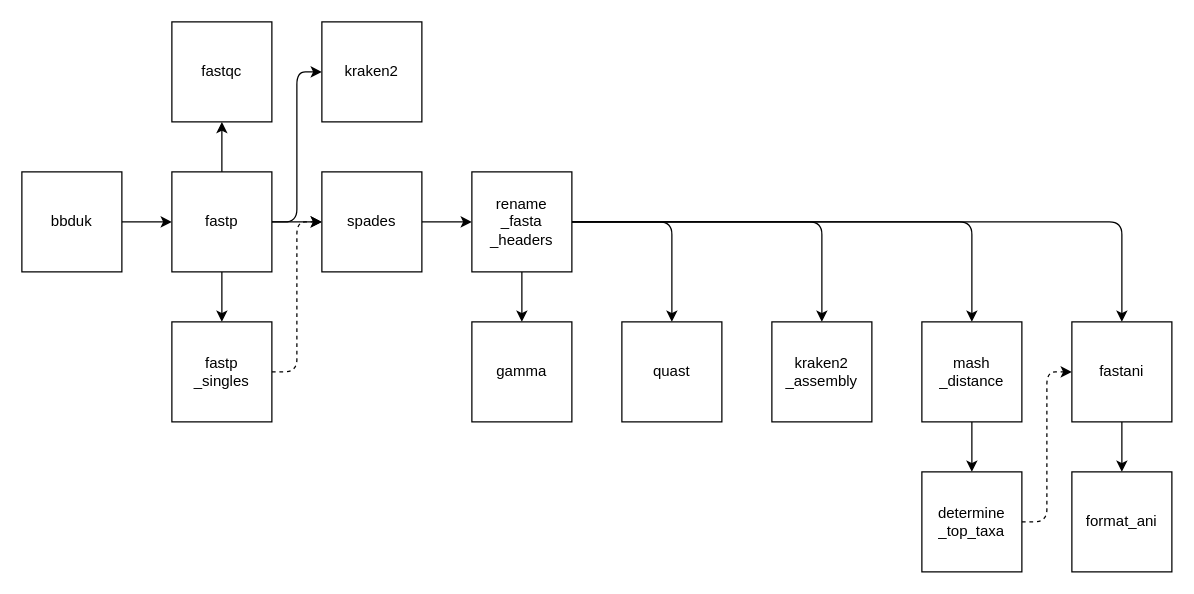
The draw.io diagram pipeline.drawio in tanzim-rahman/wgs-pipeline, before the edit. Source tidied: cells renumbered, new cells numbered last; positions are measured from the earlier drawing's top-left corner, leaving out a move shared by most shapes. Both pictures are drawn from the tidied source at 125%, with x=0, y=0 at pixel (21, 21).
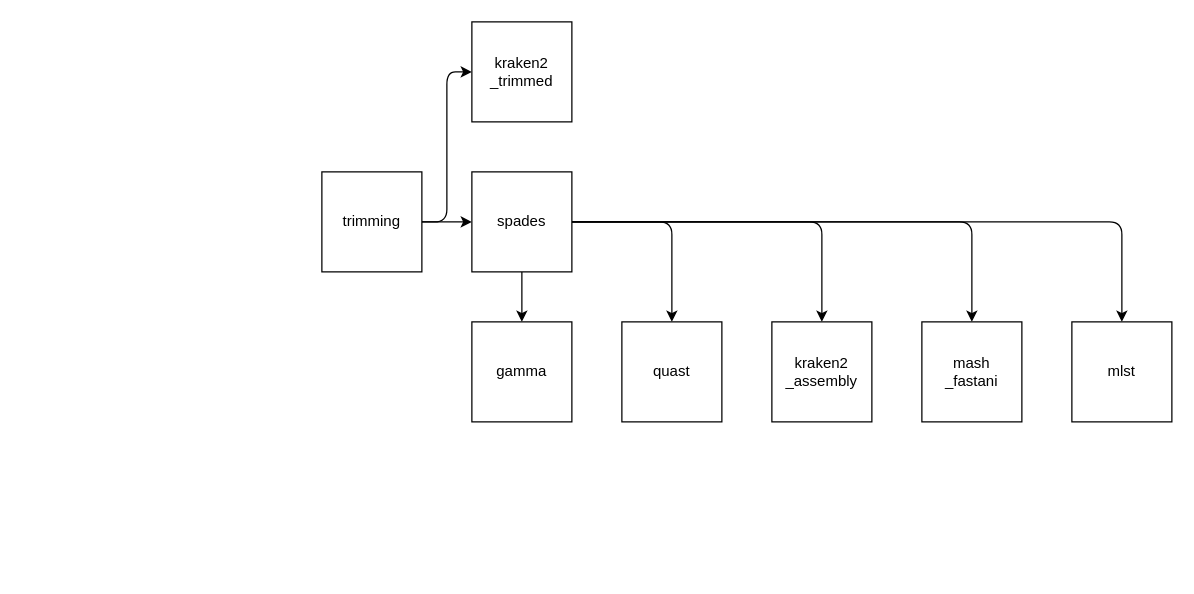
Above is the later version.

Commit message (it also covers changes not shown here):
completed mlst

Change to the diagram source:
```diff
@@
-    <mxCell id="2" style="edgeStyle=none;html=1;" parent="1" edge="1" source="3" target="8">
-      <mxGeometry relative="1" as="geometry" />
-    </mxCell>
-    <mxCell id="3" value="bbduk" style="whiteSpace=wrap;html=1;" parent="1" vertex="1">
-      <mxGeometry y="120" width="80" height="80" as="geometry" />
-    </mxCell>
-    <mxCell id="4" style="edgeStyle=none;html=1;" parent="1" edge="1" source="8" target="10">
-      <mxGeometry relative="1" as="geometry" />
-    </mxCell>
-    <mxCell id="5" style="edgeStyle=none;html=1;" parent="1" edge="1" source="8" target="11">
-      <mxGeometry relative="1" as="geometry" />
-    </mxCell>
-    <mxCell id="6" style="edgeStyle=none;html=1;" parent="1" edge="1" source="8" target="14">
-      <mxGeometry relative="1" as="geometry" />
-    </mxCell>
     <mxCell id="7" style="edgeStyle=none;html=1;entryX=0;entryY=0.5;entryDx=0;entryDy=0;" parent="1" edge="1" source="8" target="12">
       <mxGeometry relative="1" as="geometry">
         <Array as="points">
-          <mxPoint x="220" y="160" />
-          <mxPoint x="220" y="40" />
+          <mxPoint x="340" y="160" />
+          <mxPoint x="340" y="40" />
         </Array>
       </mxGeometry>
     </mxCell>
+    <mxCell id="31" style="edgeStyle=none;html=1;" parent="1" edge="1" source="8" target="22">
+      <mxGeometry relative="1" as="geometry" />
+    </mxCell>
-    <mxCell id="8" value="fastp" style="whiteSpace=wrap;html=1;" parent="1" vertex="1">
-      <mxGeometry x="120" y="120" width="80" height="80" as="geometry" />
+    <mxCell id="8" value="trimming" style="whiteSpace=wrap;html=1;" parent="1" vertex="1">
+      <mxGeometry x="240" y="120" width="80" height="80" as="geometry" />
     </mxCell>
-    <mxCell id="9" style="edgeStyle=none;html=1;entryX=0;entryY=0.5;entryDx=0;entryDy=0;dashed=1;" parent="1" edge="1" source="10" target="14">
-      <mxGeometry relative="1" as="geometry">
-        <Array as="points">
-          <mxPoint x="220" y="280" />
-          <mxPoint x="220" y="160" />
-        </Array>
-      </mxGeometry>
-    </mxCell>
-    <mxCell id="10" value="fastp&lt;br&gt;_singles" style="whiteSpace=wrap;html=1;" parent="1" vertex="1">
-      <mxGeometry x="120" y="240" width="80" height="80" as="geometry" />
-    </mxCell>
-    <mxCell id="11" value="fastqc" style="whiteSpace=wrap;html=1;" parent="1" vertex="1">
-      <mxGeometry x="120" width="80" height="80" as="geometry" />
-    </mxCell>
-    <mxCell id="12" value="kraken2" style="whiteSpace=wrap;html=1;" parent="1" vertex="1">
-      <mxGeometry x="240" width="80" height="80" as="geometry" />
+    <mxCell id="12" value="kraken2&lt;br&gt;_trimmed" style="whiteSpace=wrap;html=1;" parent="1" vertex="1">
+      <mxGeometry x="360" width="80" height="80" as="geometry" />
     </mxCell>
-    <mxCell id="13" style="edgeStyle=none;html=1;" parent="1" edge="1" source="14" target="22">
-      <mxGeometry relative="1" as="geometry" />
-    </mxCell>
-    <mxCell id="14" value="spades" style="whiteSpace=wrap;html=1;" parent="1" vertex="1">
-      <mxGeometry x="240" y="120" width="80" height="80" as="geometry" />
-    </mxCell>
@@
-    <mxCell id="21" style="edgeStyle=none;html=1;entryX=0.5;entryY=0;entryDx=0;entryDy=0;" parent="1" edge="1" source="22" target="29">
-      <mxGeometry relative="1" as="geometry">
-        <Array as="points">
-          <mxPoint x="880" y="160" />
-        </Array>
-      </mxGeometry>
-    </mxCell>
+    <mxCell id="32" style="edgeStyle=none;html=1;entryX=0.5;entryY=0;entryDx=0;entryDy=0;" parent="1" edge="1" source="22" target="33">
+      <mxGeometry relative="1" as="geometry">
+        <Array as="points">
+          <mxPoint x="880" y="160" />
+        </Array>
+      </mxGeometry>
+    </mxCell>
-    <mxCell id="22" value="rename&lt;br&gt;_fasta&lt;br&gt;_headers" style="whiteSpace=wrap;html=1;" parent="1" vertex="1">
+    <mxCell id="22" value="spades" style="whiteSpace=wrap;html=1;" parent="1" vertex="1">
       <mxGeometry x="360" y="120" width="80" height="80" as="geometry" />
     </mxCell>
@@
-    <mxCell id="24" style="edgeStyle=none;html=1;" parent="1" edge="1" source="25" target="27">
-      <mxGeometry relative="1" as="geometry" />
-    </mxCell>
-    <mxCell id="25" value="mash&lt;br&gt;_distance" style="whiteSpace=wrap;html=1;" parent="1" vertex="1">
+    <mxCell id="25" value="mash&lt;br&gt;_fastani" style="whiteSpace=wrap;html=1;" parent="1" vertex="1">
       <mxGeometry x="720" y="240" width="80" height="80" as="geometry" />
     </mxCell>
-    <mxCell id="26" style="edgeStyle=none;html=1;entryX=0;entryY=0.5;entryDx=0;entryDy=0;dashed=1;" parent="1" edge="1" source="27" target="29">
-      <mxGeometry relative="1" as="geometry">
-        <Array as="points">
-          <mxPoint x="820" y="400" />
-          <mxPoint x="820" y="280" />
-        </Array>
-      </mxGeometry>
-    </mxCell>
-    <mxCell id="27" value="determine&lt;br&gt;_top_taxa" style="whiteSpace=wrap;html=1;" parent="1" vertex="1">
-      <mxGeometry x="720" y="360" width="80" height="80" as="geometry" />
-    </mxCell>
-    <mxCell id="28" style="edgeStyle=none;html=1;" parent="1" edge="1" source="29" target="30">
-      <mxGeometry relative="1" as="geometry" />
-    </mxCell>
-    <mxCell id="29" value="fastani" style="whiteSpace=wrap;html=1;" parent="1" vertex="1">
-      <mxGeometry x="840" y="240" width="80" height="80" as="geometry" />
-    </mxCell>
-    <mxCell id="30" value="format_ani" style="whiteSpace=wrap;html=1;" parent="1" vertex="1">
-      <mxGeometry x="840" y="360" width="80" height="80" as="geometry" />
-    </mxCell>
+    <mxCell id="33" value="mlst" style="whiteSpace=wrap;html=1;" parent="1" vertex="1">
+      <mxGeometry x="840" y="240" width="80" height="80" as="geometry" />
+    </mxCell>
```
